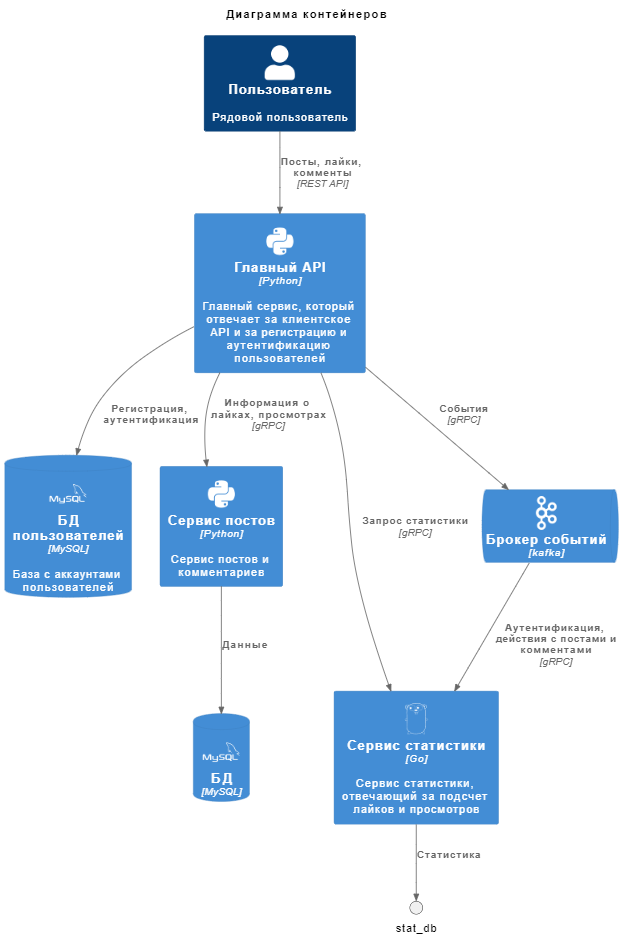
ramses44/soa-project keeps this PlantUML diagram as doc/c4-containers.png. Above is the earlier version. Its source is kept beside it as doc/C4-containers.puml.
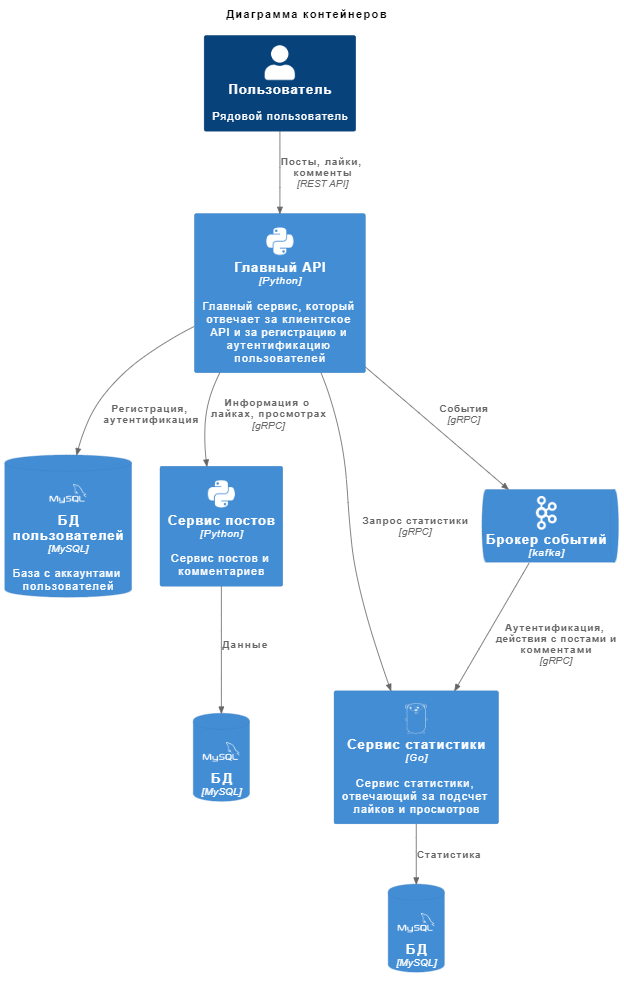
After the commit.

What changed in the source:
```diff
@@ -20,6 +20,7 @@
 Container(stats, "Сервис статистики", "Go", "Сервис статистики, отвечающий за подсчет лайков и просмотров", "go")
 
 ContainerQueue(broker, "Брокер событий", "kafka", "", "kafka")
+ContainerDb(stat_db, "БД", "MySQL", "", "mysql_wordmark")
 
 ContainerDb(post_db, "БД", "MySQL", "", "mysql_wordmark")
 
```
